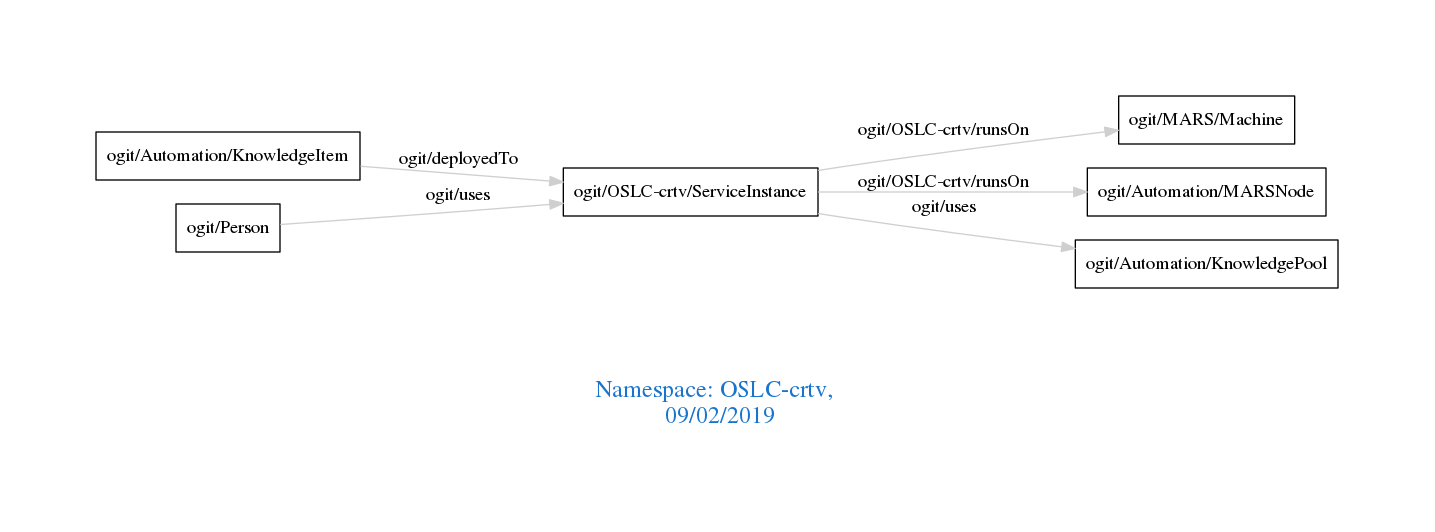
arago/OGIT keeps this Graphviz diagram as downloads/OSLC-crtv.png. Above is the earlier version. Its source is kept beside it as downloads/OSLC-crtv.dot.
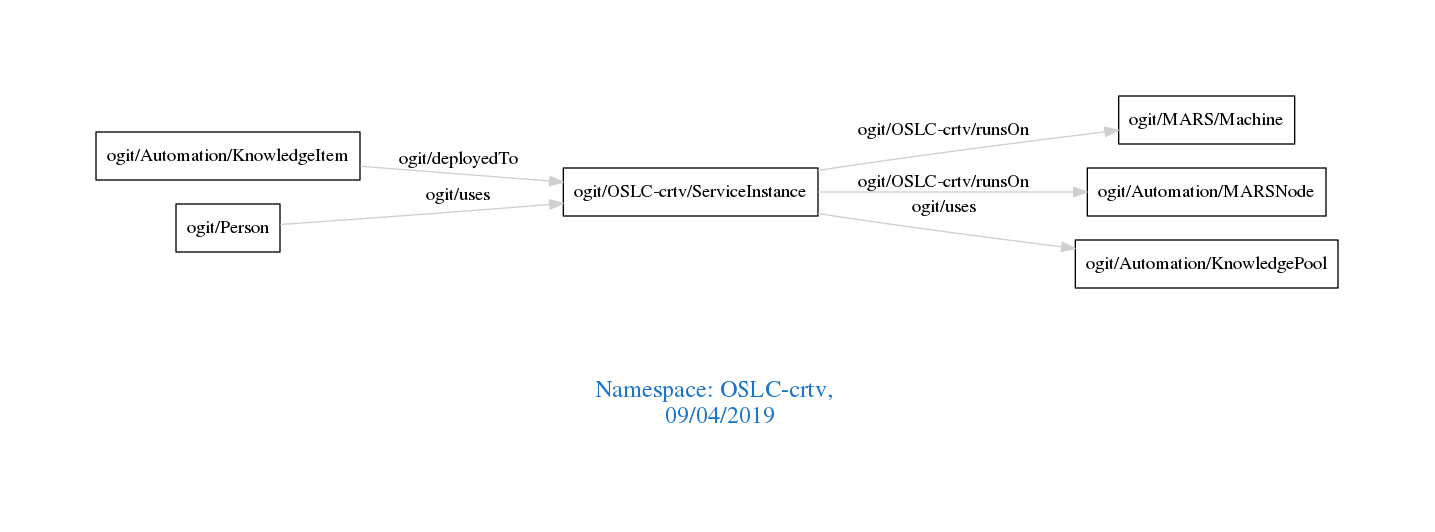
After the commit.

Diff of the diagram source:
```diff
@@ -1,7 +1,7 @@
 digraph OGIT_ontology {
  graph [ rankdir= LR,pad=1
 fontsize = 18,
-fontcolor= dodgerblue3,label = "\n\n\nNamespace: OSLC-crtv, \n 09/02/2019"];
+fontcolor= dodgerblue3,label = "\n\n\nNamespace: OSLC-crtv, \n 09/04/2019"];
 node[shape=polygon];
 edge [  color="gray81"];
 
```
